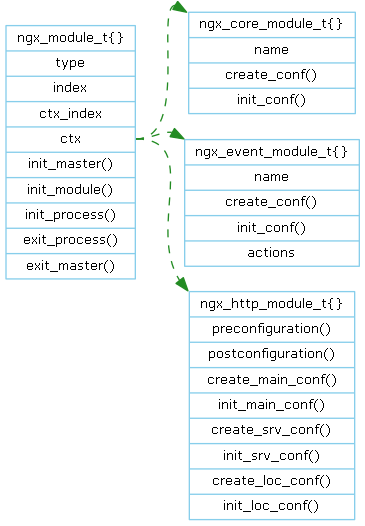
This is doc/Graph/module_model/ngx_module.png from lingjf/nginx_analyse, a Graphviz export, as it was before one commit. Its source is kept beside it as doc/Graph/module_model/ngx_module.gv.
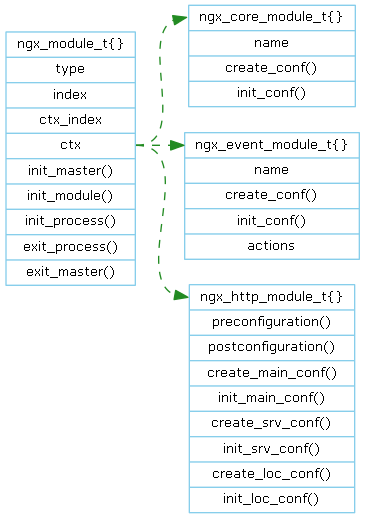
The same file after the commit.

Change to the diagram source:
```diff
@@ -4,15 +4,15 @@
    node [shape=record, color=skyblue, fontname="Verdana", fontsize=10];
    edge [style=dashed, color=forestgreen, fontname="Verdana", fontsize=10];
 
-   ngx_module[label="ngx_module_t\{\}|type|index|ctx_index|<ctx>ctx|init_master()|init_module()|init_process()|exit_process()|exit_master()"];
+   ngx_module[label="<head>ngx_module_t\{\}|type|index|ctx_index|<ctx>ctx|init_master()|init_module()|init_process()|exit_process()|exit_master()"];
 
-   ngx_core_module_ctx[label="ngx_core_module_t\{\}|name|<create>create_conf()|<init>init_conf()"];
+   ngx_core_module_ctx[label="<head>ngx_core_module_t\{\}|name|<create>create_conf()|<init>init_conf()"];
 
-   ngx_event_module_ctx[label="ngx_event_module_t\{\}|name|create_conf()|init_conf()|<actions>actions"];
+   ngx_event_module_ctx[label="<head>ngx_event_module_t\{\}|name|create_conf()|init_conf()|<actions>actions"];
 
-   ngx_http_module_ctx[label="ngx_http_module_t\{\}|preconfiguration()|postconfiguration()|create_main_conf()|init_main_conf()|create_srv_conf()|init_srv_conf()|create_loc_conf()|init_loc_conf()"];
+   ngx_http_module_ctx[label="<head>ngx_http_module_t\{\}|preconfiguration()|postconfiguration()|create_main_conf()|init_main_conf()|create_srv_conf()|init_srv_conf()|create_loc_conf()|init_loc_conf()"];
 
-   ngx_module:ctx -> ngx_core_module_ctx:nw;
-   ngx_module:ctx -> ngx_event_module_ctx:nw;
-   ngx_module:ctx -> ngx_http_module_ctx:nw;
+   ngx_module:ctx -> ngx_core_module_ctx:head;
+   ngx_module:ctx -> ngx_event_module_ctx:head;
+   ngx_module:ctx -> ngx_http_module_ctx:head;
 }
```
